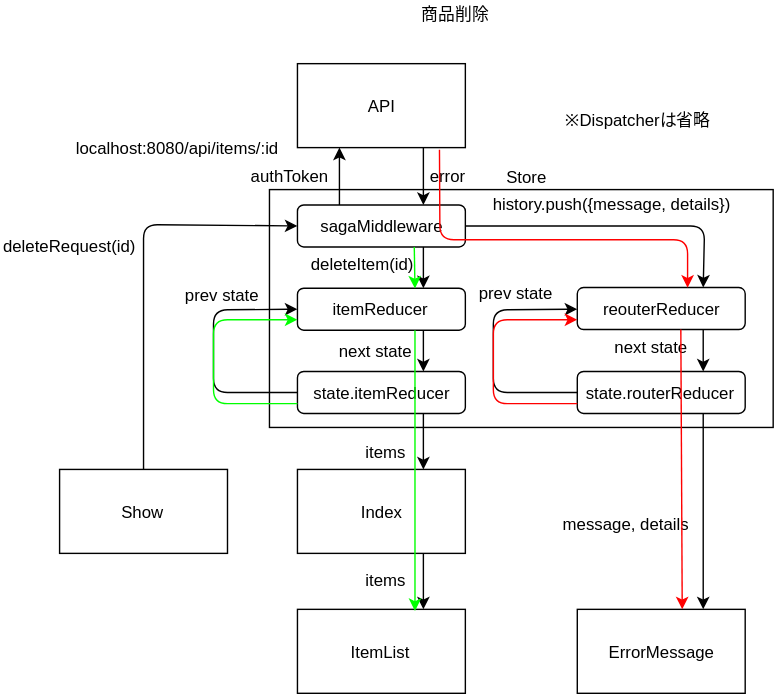
emgniddikur/react-app keeps this draw.io diagram as diagram/dataFlow/delete.svg. Above is the earlier version. Source tidied: cells renumbered, new cells last; positions are measured from the earlier drawing's top-left corner, leaving out a move shared by most shapes.
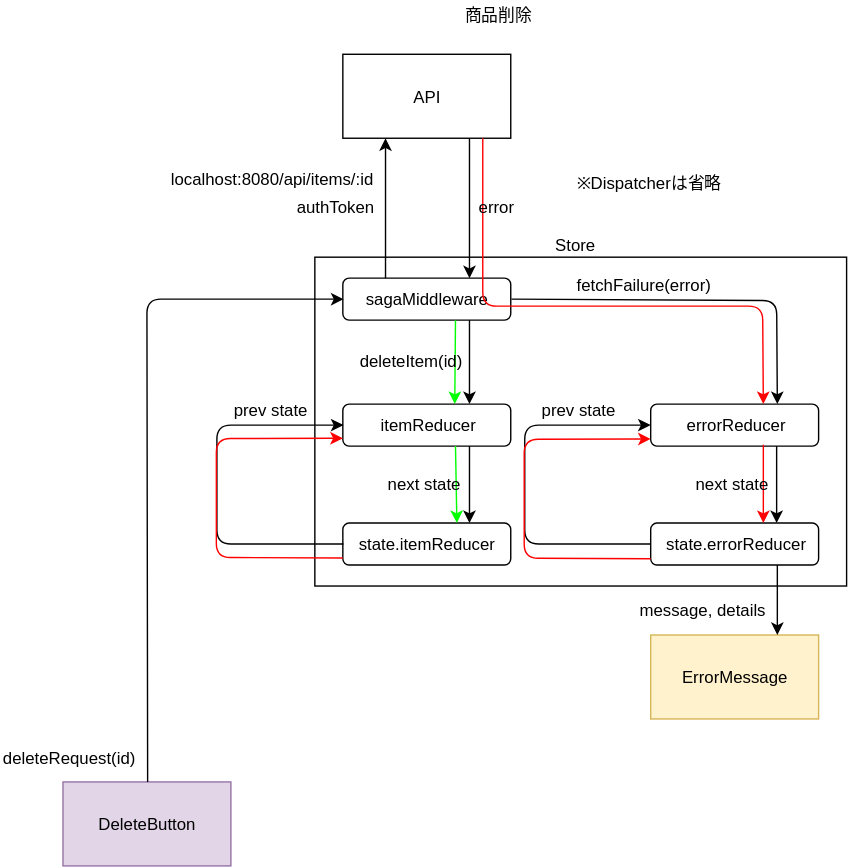
The same diagram one commit later.

What changed in the source:
```diff
@@ -2,189 +2,171 @@
   <root>
     <mxCell id="0" />
     <mxCell id="1" parent="0" />
-    <mxCell id="2" value="Index" style="rounded=0;whiteSpace=wrap;html=1;" parent="1" vertex="1">
-      <mxGeometry x="212" y="335" width="120" height="60" as="geometry" />
-    </mxCell>
-    <mxCell id="3" style="rounded=0;whiteSpace=wrap;html=1;" parent="1" vertex="1">
-      <mxGeometry x="192" y="135" width="360" height="170" as="geometry" />
-    </mxCell>
-    <mxCell id="4" value="ItemList" style="rounded=0;whiteSpace=wrap;html=1;" parent="1" vertex="1">
-      <mxGeometry x="212" y="435" width="120" height="60" as="geometry" />
-    </mxCell>
-    <mxCell id="5" style="endArrow=classic;html=1;entryX=0.75;entryY=0;entryDx=0;entryDy=0;exitX=0.75;exitY=1;exitDx=0;exitDy=0;" parent="1" edge="1" source="2" target="4">
-      <mxGeometry relative="1" as="geometry" />
-    </mxCell>
-    <mxCell id="6" style="endArrow=classic;html=1;entryX=0.25;entryY=1;entryDx=0;entryDy=0;exitX=0.25;exitY=0;exitDx=0;exitDy=0;" parent="1" edge="1" source="8" target="7">
-      <mxGeometry relative="1" as="geometry" />
-    </mxCell>
+    <mxCell id="47" style="rounded=0;whiteSpace=wrap;html=1;" parent="1" vertex="1">
+      <mxGeometry x="-399.5" y="154" width="380" height="235" as="geometry" />
+    </mxCell>
     <mxCell id="7" value="API&lt;br&gt;" style="rounded=0;whiteSpace=wrap;html=1;" parent="1" vertex="1">
-      <mxGeometry x="212" y="45" width="120" height="60" as="geometry" />
+      <mxGeometry x="-379.5" y="9" width="120" height="60" as="geometry" />
     </mxCell>
     <mxCell id="8" value="sagaMiddleware" style="rounded=1;whiteSpace=wrap;html=1;" parent="1" vertex="1">
-      <mxGeometry x="212" y="146" width="120" height="30" as="geometry" />
+      <mxGeometry x="-379.5" y="169" width="120" height="30" as="geometry" />
     </mxCell>
+    <mxCell id="6" style="endArrow=classic;html=1;entryX=0.25;entryY=1;entryDx=0;entryDy=0;exitX=0.25;exitY=0;exitDx=0;exitDy=0;" parent="1" edge="1" source="8" target="7">
+      <mxGeometry relative="1" as="geometry" />
+    </mxCell>
+    <mxCell id="23" style="endArrow=classic;html=1;entryX=0.75;entryY=0;entryDx=0;entryDy=0;exitX=0.75;exitY=1;exitDx=0;exitDy=0;" parent="1" edge="1" source="7" target="8">
+      <mxGeometry relative="1" as="geometry" />
+    </mxCell>
+    <mxCell id="13" value="itemReducer" style="rounded=1;whiteSpace=wrap;html=1;" parent="1" vertex="1">
+      <mxGeometry x="-379.5" y="259" width="120" height="30" as="geometry" />
+    </mxCell>
+    <mxCell id="12" style="endArrow=classic;html=1;entryX=0.75;entryY=0;entryDx=0;entryDy=0;exitX=0.75;exitY=1;exitDx=0;exitDy=0;" parent="1" edge="1" source="8" target="13">
+      <mxGeometry relative="1" as="geometry" />
+    </mxCell>
+    <mxCell id="25" value="authToken" style="text;html=1;align=left;verticalAlign=top;spacingTop=-4;" parent="1" vertex="1">
+      <mxGeometry x="-414.5" y="109" width="70" height="20" as="geometry" />
+    </mxCell>
+    <mxCell id="37" value="localhost:8080/api/items/:id" style="text;html=1;align=left;verticalAlign=top;spacingTop=-4;" parent="1" vertex="1">
+      <mxGeometry x="-504" y="89" width="160" height="20" as="geometry" />
+    </mxCell>
+    <mxCell id="48" value="errorReducer&lt;br&gt;" style="rounded=1;whiteSpace=wrap;html=1;" parent="1" vertex="1">
+      <mxGeometry x="-159.5" y="259" width="120" height="30" as="geometry" />
+    </mxCell>
+    <mxCell id="49" style="endArrow=classic;html=1;entryX=0.75;entryY=0;entryDx=0;entryDy=0;exitX=1;exitY=0.5;exitDx=0;exitDy=0;" parent="1" edge="1" source="8" target="48">
+      <mxGeometry relative="1" as="geometry">
+        <Array as="points">
+          <mxPoint x="-69.5" y="185" />
+        </Array>
+      </mxGeometry>
+    </mxCell>
     <mxCell id="9" value="state.itemReducer" style="rounded=1;whiteSpace=wrap;html=1;" parent="1" vertex="1">
-      <mxGeometry x="212" y="265" width="120" height="30" as="geometry" />
+      <mxGeometry x="-379.5" y="344" width="120" height="30" as="geometry" />
     </mxCell>
-    <mxCell id="10" value="Show" style="rounded=0;whiteSpace=wrap;html=1;" parent="1" vertex="1">
-      <mxGeometry x="42" y="335" width="120" height="60" as="geometry" />
-    </mxCell>
-    <mxCell id="11" style="endArrow=classic;html=1;entryX=0;entryY=0.5;entryDx=0;entryDy=0;exitX=0.5;exitY=0;exitDx=0;exitDy=0;" parent="1" edge="1" source="10" target="8">
-      <mxGeometry relative="1" as="geometry">
-        <Array as="points">
-          <mxPoint x="102" y="160" />
-        </Array>
-      </mxGeometry>
-    </mxCell>
-    <mxCell id="12" style="endArrow=classic;html=1;entryX=0.75;entryY=0;entryDx=0;entryDy=0;exitX=0.75;exitY=1;exitDx=0;exitDy=0;" parent="1" edge="1" source="8" target="13">
-      <mxGeometry relative="1" as="geometry" />
-    </mxCell>
-    <mxCell id="13" value="itemReducer" style="rounded=1;whiteSpace=wrap;html=1;" parent="1" vertex="1">
-      <mxGeometry x="212" y="205.5" width="120" height="30" as="geometry" />
-    </mxCell>
-    <mxCell id="14" style="endArrow=classic;html=1;entryX=0.75;entryY=0;entryDx=0;entryDy=0;exitX=0.75;exitY=1;exitDx=0;exitDy=0;" parent="1" edge="1" source="13" target="9">
-      <mxGeometry relative="1" as="geometry" />
-    </mxCell>
+    <mxCell id="50" style="endArrow=classic;html=1;entryX=0.75;entryY=0;entryDx=0;entryDy=0;exitX=0.75;exitY=1;exitDx=0;exitDy=0;" parent="1" edge="1" source="13" target="9">
+      <mxGeometry relative="1" as="geometry" />
+    </mxCell>
     <mxCell id="15" style="endArrow=classic;html=1;entryX=0;entryY=0.5;entryDx=0;entryDy=0;exitX=0;exitY=0.5;exitDx=0;exitDy=0;" parent="1" edge="1" source="9" target="13">
       <mxGeometry relative="1" as="geometry">
         <Array as="points">
-          <mxPoint x="152" y="280" />
-          <mxPoint x="152" y="221" />
+          <mxPoint x="-469.5" y="359" />
+          <mxPoint x="-469.5" y="319" />
+          <mxPoint x="-469.5" y="274" />
         </Array>
       </mxGeometry>
     </mxCell>
-    <mxCell id="16" value="reouterReducer&lt;br&gt;" style="rounded=1;whiteSpace=wrap;html=1;" parent="1" vertex="1">
-      <mxGeometry x="412" y="205" width="120" height="30" as="geometry" />
-    </mxCell>
-    <mxCell id="17" style="endArrow=classic;html=1;entryX=0.75;entryY=0;entryDx=0;entryDy=0;exitX=1;exitY=0.5;exitDx=0;exitDy=0;" parent="1" edge="1" source="8" target="16">
-      <mxGeometry relative="1" as="geometry">
-        <Array as="points">
-          <mxPoint x="503" y="161" />
-        </Array>
-      </mxGeometry>
-    </mxCell>
-    <mxCell id="18" value="state.routerReducer" style="rounded=1;whiteSpace=wrap;html=1;" parent="1" vertex="1">
-      <mxGeometry x="412" y="265" width="120" height="30" as="geometry" />
-    </mxCell>
-    <mxCell id="19" style="endArrow=classic;html=1;entryX=0;entryY=0.5;entryDx=0;entryDy=0;exitX=0;exitY=0.5;exitDx=0;exitDy=0;" parent="1" edge="1">
-      <mxGeometry relative="1" as="geometry">
-        <mxPoint x="412" y="280" as="sourcePoint" />
-        <mxPoint x="412" y="220.5" as="targetPoint" />
-        <Array as="points">
-          <mxPoint x="352" y="280" />
-          <mxPoint x="352" y="221" />
-        </Array>
-      </mxGeometry>
-    </mxCell>
-    <mxCell id="20" style="endArrow=classic;html=1;entryX=0.75;entryY=0;entryDx=0;entryDy=0;exitX=0.75;exitY=1;exitDx=0;exitDy=0;" parent="1" edge="1" source="16" target="18">
-      <mxGeometry relative="1" as="geometry" />
-    </mxCell>
-    <mxCell id="21" style="endArrow=classic;html=1;entryX=0.75;entryY=0;entryDx=0;entryDy=0;exitX=0.75;exitY=1;exitDx=0;exitDy=0;" parent="1" edge="1" source="9" target="2">
-      <mxGeometry relative="1" as="geometry" />
-    </mxCell>
+    <mxCell id="51" value="state.errorReducer" style="rounded=1;whiteSpace=wrap;html=1;" parent="1" vertex="1">
+      <mxGeometry x="-159.5" y="344" width="120" height="30" as="geometry" />
+    </mxCell>
+    <mxCell id="52" style="endArrow=classic;html=1;entryX=0.75;entryY=0;entryDx=0;entryDy=0;" parent="1" edge="1">
+      <mxGeometry relative="1" as="geometry">
+        <mxPoint x="-69.5" y="289" as="sourcePoint" />
+        <mxPoint x="-69.5" y="344" as="targetPoint" />
+      </mxGeometry>
+    </mxCell>
+    <mxCell id="53" value="prev state" style="text;html=1;align=left;verticalAlign=top;spacingTop=-4;" parent="1" vertex="1">
+      <mxGeometry x="-459.5" y="254" width="70" height="20" as="geometry" />
+    </mxCell>
+    <mxCell id="54" style="endArrow=classic;html=1;entryX=0;entryY=0.5;entryDx=0;entryDy=0;exitX=0;exitY=0.5;exitDx=0;exitDy=0;" parent="1" edge="1">
+      <mxGeometry relative="1" as="geometry">
+        <mxPoint x="-159.5" y="359" as="sourcePoint" />
+        <mxPoint x="-159.5" y="274" as="targetPoint" />
+        <Array as="points">
+          <mxPoint x="-249.5" y="359" />
+          <mxPoint x="-249.5" y="319" />
+          <mxPoint x="-249.5" y="274" />
+        </Array>
+      </mxGeometry>
+    </mxCell>
+    <mxCell id="55" value="prev state" style="text;html=1;align=left;verticalAlign=top;spacingTop=-4;" parent="1" vertex="1">
+      <mxGeometry x="-239.5" y="254" width="70" height="20" as="geometry" />
+    </mxCell>
+    <mxCell id="56" value="fetchFailure(error)" style="text;html=1;align=left;verticalAlign=top;spacingTop=-4;" parent="1" vertex="1">
+      <mxGeometry x="-214.5" y="165" width="110" height="20" as="geometry" />
+    </mxCell>
+    <mxCell id="57" value="DeleteButton" style="rounded=0;whiteSpace=wrap;html=1;fillColor=#e1d5e7;strokeColor=#9673a6;" parent="1" vertex="1">
+      <mxGeometry x="-579.5" y="529" width="120" height="60" as="geometry" />
+    </mxCell>
+    <mxCell id="33" value="ErrorMessage" style="rounded=0;whiteSpace=wrap;html=1;fillColor=#fff2cc;strokeColor=#d6b656;" parent="1" vertex="1">
+      <mxGeometry x="-159.5" y="424" width="120" height="60" as="geometry" />
+    </mxCell>
+    <mxCell id="58" style="endArrow=classic;html=1;entryX=0.75;entryY=0;entryDx=0;entryDy=0;exitX=0.75;exitY=1;exitDx=0;exitDy=0;" parent="1" edge="1" source="51" target="33">
+      <mxGeometry relative="1" as="geometry" />
+    </mxCell>
+    <mxCell id="35" value="message, details&lt;br&gt;" style="text;html=1;align=left;verticalAlign=top;spacingTop=-4;" parent="1" vertex="1">
+      <mxGeometry x="-169.5" y="396.5" width="110" height="20" as="geometry" />
+    </mxCell>
+    <mxCell id="59" style="endArrow=classic;html=1;entryX=0;entryY=0.5;entryDx=0;entryDy=0;exitX=0.5;exitY=0;exitDx=0;exitDy=0;" parent="1" edge="1" source="57" target="8">
+      <mxGeometry relative="1" as="geometry">
+        <Array as="points">
+          <mxPoint x="-519.5" y="184" />
+        </Array>
+      </mxGeometry>
+    </mxCell>
+    <mxCell id="24" value="deleteRequest(id)" style="text;html=1;align=left;verticalAlign=top;spacingTop=-4;" parent="1" vertex="1">
+      <mxGeometry x="-624" y="503" width="110" height="20" as="geometry" />
+    </mxCell>
+    <mxCell id="60" style="endArrow=classic;html=1;strokeColor=#FF0000;entryX=0.667;entryY=0.013;entryDx=0;entryDy=0;entryPerimeter=0;" parent="1" edge="1" target="48">
+      <mxGeometry relative="1" as="geometry">
+        <mxPoint x="-279.5" y="69" as="sourcePoint" />
+        <Array as="points">
+          <mxPoint x="-279.5" y="189" />
+          <mxPoint x="-79.5" y="189" />
+        </Array>
+      </mxGeometry>
+    </mxCell>
+    <mxCell id="61" style="endArrow=classic;html=1;strokeColor=#FF0000;exitX=0.671;exitY=0.983;exitDx=0;exitDy=0;exitPerimeter=0;entryX=0.671;entryY=0;entryDx=0;entryDy=0;entryPerimeter=0;" parent="1" edge="1" source="48" target="51">
+      <mxGeometry relative="1" as="geometry" />
+    </mxCell>
+    <mxCell id="62" style="endArrow=classic;html=1;strokeColor=#00FF00;exitX=0.671;exitY=1;exitDx=0;exitDy=0;exitPerimeter=0;" parent="1" edge="1" source="8">
+      <mxGeometry relative="1" as="geometry">
+        <mxPoint x="-299.5" y="259" as="targetPoint" />
+      </mxGeometry>
+    </mxCell>
+    <mxCell id="63" style="endArrow=classic;html=1;strokeColor=#00FF00;entryX=0.675;entryY=0;entryDx=0;entryDy=0;entryPerimeter=0;exitX=0.671;exitY=1;exitDx=0;exitDy=0;exitPerimeter=0;" parent="1" edge="1" source="13" target="9">
+      <mxGeometry relative="1" as="geometry" />
+    </mxCell>
+    <mxCell id="64" style="endArrow=classic;html=1;entryX=0;entryY=0.5;entryDx=0;entryDy=0;exitX=0;exitY=0.5;exitDx=0;exitDy=0;strokeColor=#FF0000;" parent="1" edge="1">
+      <mxGeometry relative="1" as="geometry">
+        <mxPoint x="-379.5" y="369" as="sourcePoint" />
+        <mxPoint x="-379.5" y="283.4" as="targetPoint" />
+        <Array as="points">
+          <mxPoint x="-469.9" y="368.6" />
+          <mxPoint x="-469.9" y="328.6" />
+          <mxPoint x="-469.9" y="283.6" />
+        </Array>
+      </mxGeometry>
+    </mxCell>
+    <mxCell id="36" value="error" style="text;html=1;align=left;verticalAlign=top;spacingTop=-4;" parent="1" vertex="1">
+      <mxGeometry x="-284.5" y="109" width="40" height="20" as="geometry" />
+    </mxCell>
+    <mxCell id="28" value="deleteItem(id)" style="text;html=1;points=[];align=left;verticalAlign=top;spacingTop=-4;" parent="1" vertex="1">
+      <mxGeometry x="-369.5" y="219" width="90" height="20" as="geometry" />
+    </mxCell>
+    <mxCell id="65" value="next state" style="text;html=1;align=left;verticalAlign=top;spacingTop=-4;" parent="1" vertex="1">
+      <mxGeometry x="-129.5" y="306.5" width="70" height="20" as="geometry" />
+    </mxCell>
+    <mxCell id="66" value="next state" style="text;html=1;align=left;verticalAlign=top;spacingTop=-4;" parent="1" vertex="1">
+      <mxGeometry x="-349.5" y="306.5" width="70" height="20" as="geometry" />
+    </mxCell>
+    <mxCell id="67" style="endArrow=classic;html=1;entryX=0;entryY=0.5;entryDx=0;entryDy=0;exitX=0;exitY=0.5;exitDx=0;exitDy=0;fillColor=#a20025;strokeColor=#FF0000;" parent="1" edge="1">
+      <mxGeometry relative="1" as="geometry">
+        <mxPoint x="-159.5" y="369.5" as="sourcePoint" />
+        <mxPoint x="-159.5" y="283.9" as="targetPoint" />
+        <Array as="points">
+          <mxPoint x="-249.9" y="369.1" />
+          <mxPoint x="-249.9" y="329.1" />
+          <mxPoint x="-249.9" y="284.1" />
+        </Array>
+      </mxGeometry>
+    </mxCell>
+    <mxCell id="39" value="※Dispatcherは省略" style="text;html=1;align=left;verticalAlign=top;spacingTop=-4;" parent="1" vertex="1">
+      <mxGeometry x="-214.5" y="91.5" width="120" height="20" as="geometry" />
+    </mxCell>
     <mxCell id="22" value="商品削除&lt;br&gt;" style="text;html=1;align=left;verticalAlign=top;spacingTop=-4;" parent="1" vertex="1">
-      <mxGeometry x="299" width="60" height="20" as="geometry" />
+      <mxGeometry x="-294.5" y="-28.5" width="60" height="20" as="geometry" />
     </mxCell>
-    <mxCell id="23" style="endArrow=classic;html=1;entryX=0.75;entryY=0;entryDx=0;entryDy=0;exitX=0.75;exitY=1;exitDx=0;exitDy=0;" parent="1" edge="1" source="7" target="8">
-      <mxGeometry relative="1" as="geometry" />
-    </mxCell>
-    <mxCell id="24" value="deleteRequest(id)" style="text;html=1;align=left;verticalAlign=top;spacingTop=-4;" parent="1" vertex="1">
-      <mxGeometry y="166" width="110" height="20" as="geometry" />
-    </mxCell>
-    <mxCell id="25" value="authToken" style="text;html=1;align=left;verticalAlign=top;spacingTop=-4;" parent="1" vertex="1">
-      <mxGeometry x="177" y="115.5" width="70" height="20" as="geometry" />
-    </mxCell>
-    <mxCell id="26" value="prev state" style="text;html=1;align=left;verticalAlign=top;spacingTop=-4;" parent="1" vertex="1">
-      <mxGeometry x="130" y="200.5" width="70" height="20" as="geometry" />
-    </mxCell>
-    <mxCell id="27" value="next state" style="text;html=1;align=left;verticalAlign=top;spacingTop=-4;" parent="1" vertex="1">
-      <mxGeometry x="240" y="240.5" width="70" height="20" as="geometry" />
-    </mxCell>
-    <mxCell id="28" value="deleteItem(id)" style="text;html=1;points=[];align=left;verticalAlign=top;spacingTop=-4;" parent="1" vertex="1">
-      <mxGeometry x="220" y="178.5" width="90" height="20" as="geometry" />
-    </mxCell>
-    <mxCell id="29" value="items" style="text;html=1;align=left;verticalAlign=top;spacingTop=-4;" parent="1" vertex="1">
-      <mxGeometry x="259" y="312.5" width="40" height="20" as="geometry" />
-    </mxCell>
-    <mxCell id="30" value="items" style="text;html=1;align=left;verticalAlign=top;spacingTop=-4;" parent="1" vertex="1">
-      <mxGeometry x="259" y="405" width="40" height="20" as="geometry" />
-    </mxCell>
-    <mxCell id="31" value="prev state" style="text;html=1;align=left;verticalAlign=top;spacingTop=-4;" parent="1" vertex="1">
-      <mxGeometry x="340" y="200" width="70" height="20" as="geometry" />
-    </mxCell>
-    <mxCell id="32" value="next state" style="text;html=1;align=left;verticalAlign=top;spacingTop=-4;" parent="1" vertex="1">
-      <mxGeometry x="437" y="238" width="70" height="20" as="geometry" />
-    </mxCell>
-    <mxCell id="33" value="ErrorMessage" style="rounded=0;whiteSpace=wrap;html=1;" parent="1" vertex="1">
-      <mxGeometry x="412" y="435" width="120" height="60" as="geometry" />
-    </mxCell>
-    <mxCell id="34" style="endArrow=classic;html=1;entryX=0.75;entryY=0;entryDx=0;entryDy=0;exitX=0.75;exitY=1;exitDx=0;exitDy=0;" parent="1" edge="1" source="18" target="33">
-      <mxGeometry relative="1" as="geometry" />
-    </mxCell>
-    <mxCell id="35" value="message, details" style="text;html=1;align=left;verticalAlign=top;spacingTop=-4;" parent="1" vertex="1">
-      <mxGeometry x="400" y="365" width="110" height="20" as="geometry" />
-    </mxCell>
-    <mxCell id="36" value="error" style="text;html=1;align=left;verticalAlign=top;spacingTop=-4;" parent="1" vertex="1">
-      <mxGeometry x="305" y="115.5" width="40" height="20" as="geometry" />
-    </mxCell>
-    <mxCell id="37" value="localhost:8080/api/items/:id" style="text;html=1;align=left;verticalAlign=top;spacingTop=-4;" parent="1" vertex="1">
-      <mxGeometry x="52" y="95.5" width="160" height="20" as="geometry" />
-    </mxCell>
-    <mxCell id="38" value="history.push({message, details})" style="text;html=1;align=left;verticalAlign=top;spacingTop=-4;" parent="1" vertex="1">
-      <mxGeometry x="350" y="136" width="190" height="20" as="geometry" />
-    </mxCell>
-    <mxCell id="39" value="※Dispatcherは省略" style="text;html=1;align=left;verticalAlign=top;spacingTop=-4;" parent="1" vertex="1">
-      <mxGeometry x="402" y="75.5" width="120" height="20" as="geometry" />
-    </mxCell>
-    <mxCell id="40" style="endArrow=classic;html=1;strokeColor=#FF0000;exitX=0.858;exitY=1.017;exitDx=0;exitDy=0;exitPerimeter=0;entryX=0.667;entryY=-0.033;entryDx=0;entryDy=0;entryPerimeter=0;" parent="1" edge="1">
-      <mxGeometry relative="1" as="geometry">
-        <mxPoint x="313.5" y="106.5" as="sourcePoint" />
-        <mxPoint x="490.8" y="205.2" as="targetPoint" />
-        <Array as="points">
-          <mxPoint x="313.8" y="170.8" />
-          <mxPoint x="490.8" y="170.8" />
-        </Array>
-      </mxGeometry>
-    </mxCell>
-    <mxCell id="41" style="endArrow=classic;html=1;strokeColor=#FF0000;" parent="1" edge="1">
-      <mxGeometry relative="1" as="geometry">
-        <mxPoint x="412" y="288" as="sourcePoint" />
-        <mxPoint x="412" y="228" as="targetPoint" />
-        <Array as="points">
-          <mxPoint x="352" y="288" />
-          <mxPoint x="352" y="228" />
-        </Array>
-      </mxGeometry>
-    </mxCell>
-    <mxCell id="42" style="endArrow=classic;html=1;strokeColor=#FF0000;" parent="1" edge="1">
-      <mxGeometry relative="1" as="geometry">
-        <mxPoint x="486" y="235" as="sourcePoint" />
-        <mxPoint x="487" y="435" as="targetPoint" />
-      </mxGeometry>
-    </mxCell>
-    <mxCell id="43" style="endArrow=classic;html=1;strokeColor=#00FF00;entryX=0.671;entryY=0.033;entryDx=0;entryDy=0;entryPerimeter=0;exitX=0.839;exitY=-0.125;exitDx=0;exitDy=0;exitPerimeter=0;" parent="1" edge="1" source="28">
-      <mxGeometry relative="1" as="geometry">
-        <mxPoint x="296" y="205.7" as="targetPoint" />
-      </mxGeometry>
-    </mxCell>
-    <mxCell id="44" style="endArrow=classic;html=1;strokeColor=#00FF00;exitX=0.667;exitY=0.983;exitDx=0;exitDy=0;exitPerimeter=0;" parent="1" edge="1">
-      <mxGeometry relative="1" as="geometry">
-        <mxPoint x="296" y="235.5" as="sourcePoint" />
-        <mxPoint x="296" y="436.2" as="targetPoint" />
-      </mxGeometry>
-    </mxCell>
-    <mxCell id="45" style="endArrow=classic;html=1;strokeColor=#00FF00;" parent="1" edge="1">
-      <mxGeometry relative="1" as="geometry">
-        <mxPoint x="212" y="288" as="sourcePoint" />
-        <mxPoint x="212" y="228" as="targetPoint" />
-        <Array as="points">
-          <mxPoint x="152" y="288" />
-          <mxPoint x="152" y="228" />
-        </Array>
-      </mxGeometry>
-    </mxCell>
     <mxCell id="46" value="Store" style="text;html=1;strokeColor=none;fillColor=none;align=center;verticalAlign=middle;whiteSpace=wrap;rounded=0;" parent="1" vertex="1">
-      <mxGeometry x="355" y="116" width="40" height="20" as="geometry" />
+      <mxGeometry x="-234.5" y="135" width="40" height="20" as="geometry" />
     </mxCell>
   </root>
 </mxGraphModel>
```
